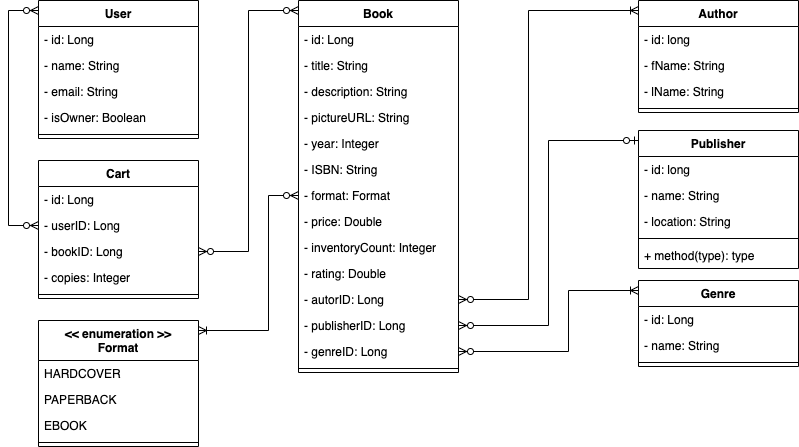
This is doc/DB/BookStore.png from MuneebNasir/Amazin-online-bookstore-OA, a draw.io export, as it was before one commit. Source tidied: cells renumbered, new cells last; positions are measured from the earlier drawing's top-left corner, leaving out a move shared by most shapes. Its diagram source:
```xml
<mxGraphModel>
  <root>
    <mxCell id="0" />
    <mxCell id="1" parent="0" />
    <mxCell id="2" value="Book" style="swimlane;fontStyle=1;align=center;verticalAlign=top;horizontal=1;startSize=26;" parent="1" vertex="1">
      <mxGeometry x="290" width="160" height="372" as="geometry" />
    </mxCell>
    <mxCell id="3" value="- id: Long" style="text;strokeColor=none;fillColor=none;align=left;verticalAlign=top;spacingLeft=4;spacingRight=4;overflow=hidden;" parent="2" vertex="1">
      <mxGeometry y="26" width="160" height="26" as="geometry" />
    </mxCell>
    <mxCell id="4" value="- title: String" style="text;strokeColor=none;fillColor=none;align=left;verticalAlign=top;spacingLeft=4;spacingRight=4;overflow=hidden;" parent="2" vertex="1">
      <mxGeometry y="52" width="160" height="26" as="geometry" />
    </mxCell>
    <mxCell id="5" value="- description: String" style="text;strokeColor=none;fillColor=none;align=left;verticalAlign=top;spacingLeft=4;spacingRight=4;overflow=hidden;" parent="2" vertex="1">
      <mxGeometry y="78" width="160" height="26" as="geometry" />
    </mxCell>
    <mxCell id="6" value="- pictureURL: String" style="text;strokeColor=none;fillColor=none;align=left;verticalAlign=top;spacingLeft=4;spacingRight=4;overflow=hidden;" parent="2" vertex="1">
      <mxGeometry y="104" width="160" height="26" as="geometry" />
    </mxCell>
    <mxCell id="7" value="- year: Integer" style="text;strokeColor=none;fillColor=none;align=left;verticalAlign=top;spacingLeft=4;spacingRight=4;overflow=hidden;" parent="2" vertex="1">
      <mxGeometry y="130" width="160" height="26" as="geometry" />
    </mxCell>
    <mxCell id="8" value="- ISBN: String" style="text;strokeColor=none;fillColor=none;align=left;verticalAlign=top;spacingLeft=4;spacingRight=4;overflow=hidden;" parent="2" vertex="1">
      <mxGeometry y="156" width="160" height="26" as="geometry" />
    </mxCell>
    <mxCell id="9" value="- format: Format" style="text;strokeColor=none;fillColor=none;align=left;verticalAlign=top;spacingLeft=4;spacingRight=4;overflow=hidden;points=[[0,0.5],[1,0.5]];portConstraint=eastwest;" parent="2" vertex="1">
      <mxGeometry y="182" width="160" height="26" as="geometry" />
    </mxCell>
    <mxCell id="10" value="- price: Double" style="text;strokeColor=none;fillColor=none;align=left;verticalAlign=top;spacingLeft=4;spacingRight=4;overflow=hidden;" parent="2" vertex="1">
      <mxGeometry y="208" width="160" height="26" as="geometry" />
    </mxCell>
    <mxCell id="11" value="- inventoryCount: Integer" style="text;strokeColor=none;fillColor=none;align=left;verticalAlign=top;spacingLeft=4;spacingRight=4;overflow=hidden;" parent="2" vertex="1">
      <mxGeometry y="234" width="160" height="26" as="geometry" />
    </mxCell>
    <mxCell id="12" value="- rating: Double" style="text;strokeColor=none;fillColor=none;align=left;verticalAlign=top;spacingLeft=4;spacingRight=4;overflow=hidden;" parent="2" vertex="1">
      <mxGeometry y="260" width="160" height="26" as="geometry" />
    </mxCell>
    <mxCell id="13" value="- autorID: Long" style="text;strokeColor=none;fillColor=none;align=left;verticalAlign=top;spacingLeft=4;spacingRight=4;overflow=hidden;points=[[0,0.5],[1,0.5]];portConstraint=eastwest;" parent="2" vertex="1">
      <mxGeometry y="286" width="160" height="26" as="geometry" />
    </mxCell>
    <mxCell id="14" value="- publisherID: Long" style="text;strokeColor=none;fillColor=none;align=left;verticalAlign=top;spacingLeft=4;spacingRight=4;overflow=hidden;points=[[0,0.5],[1,0.5]];portConstraint=eastwest;" parent="2" vertex="1">
      <mxGeometry y="312" width="160" height="26" as="geometry" />
    </mxCell>
    <mxCell id="15" value="- genreID: Long" style="text;strokeColor=none;fillColor=none;align=left;verticalAlign=top;spacingLeft=4;spacingRight=4;overflow=hidden;points=[[0,0.5],[1,0.5]];portConstraint=eastwest;" parent="2" vertex="1">
      <mxGeometry y="338" width="160" height="26" as="geometry" />
    </mxCell>
    <mxCell id="16" style="line;strokeWidth=1;fillColor=none;align=left;verticalAlign=middle;spacingTop=-1;spacingLeft=3;spacingRight=3;labelPosition=right;" parent="2" vertex="1">
      <mxGeometry y="364" width="160" height="8" as="geometry" />
    </mxCell>
    <mxCell id="17" value="Author" style="swimlane;fontStyle=1;align=center;verticalAlign=top;horizontal=1;startSize=26;" parent="1" vertex="1">
      <mxGeometry x="630" width="160" height="112" as="geometry" />
    </mxCell>
    <mxCell id="18" value="- id: long" style="text;strokeColor=none;fillColor=none;align=left;verticalAlign=top;spacingLeft=4;spacingRight=4;overflow=hidden;" parent="17" vertex="1">
      <mxGeometry y="26" width="160" height="26" as="geometry" />
    </mxCell>
    <mxCell id="19" value="- fName: String" style="text;strokeColor=none;fillColor=none;align=left;verticalAlign=top;spacingLeft=4;spacingRight=4;overflow=hidden;" parent="17" vertex="1">
      <mxGeometry y="52" width="160" height="26" as="geometry" />
    </mxCell>
    <mxCell id="20" value="- lName: String" style="text;strokeColor=none;fillColor=none;align=left;verticalAlign=top;spacingLeft=4;spacingRight=4;overflow=hidden;" parent="17" vertex="1">
      <mxGeometry y="78" width="160" height="26" as="geometry" />
    </mxCell>
    <mxCell id="21" style="line;strokeWidth=1;fillColor=none;align=left;verticalAlign=middle;spacingTop=-1;spacingLeft=3;spacingRight=3;labelPosition=right;" parent="17" vertex="1">
      <mxGeometry y="104" width="160" height="8" as="geometry" />
    </mxCell>
    <mxCell id="22" value="Publisher" style="swimlane;fontStyle=1;align=center;verticalAlign=top;horizontal=1;startSize=26;" parent="1" vertex="1">
      <mxGeometry x="630" y="130" width="160" height="138" as="geometry" />
    </mxCell>
    <mxCell id="23" value="- id: long" style="text;strokeColor=none;fillColor=none;align=left;verticalAlign=top;spacingLeft=4;spacingRight=4;overflow=hidden;" parent="22" vertex="1">
      <mxGeometry y="26" width="160" height="26" as="geometry" />
    </mxCell>
    <mxCell id="24" value="- name: String" style="text;strokeColor=none;fillColor=none;align=left;verticalAlign=top;spacingLeft=4;spacingRight=4;overflow=hidden;" parent="22" vertex="1">
      <mxGeometry y="52" width="160" height="26" as="geometry" />
    </mxCell>
    <mxCell id="25" value="- location: String" style="text;strokeColor=none;fillColor=none;align=left;verticalAlign=top;spacingLeft=4;spacingRight=4;overflow=hidden;" parent="22" vertex="1">
      <mxGeometry y="78" width="160" height="26" as="geometry" />
    </mxCell>
    <mxCell id="26" style="line;strokeWidth=1;fillColor=none;align=left;verticalAlign=middle;spacingTop=-1;spacingLeft=3;spacingRight=3;labelPosition=right;" parent="22" vertex="1">
      <mxGeometry y="104" width="160" height="8" as="geometry" />
    </mxCell>
    <mxCell id="27" value="+ method(type): type" style="text;strokeColor=none;fillColor=none;align=left;verticalAlign=top;spacingLeft=4;spacingRight=4;overflow=hidden;" parent="22" vertex="1">
      <mxGeometry y="112" width="160" height="26" as="geometry" />
    </mxCell>
    <mxCell id="28" value="Genre" style="swimlane;fontStyle=1;align=center;verticalAlign=top;horizontal=1;startSize=26;" parent="1" vertex="1">
      <mxGeometry x="630" y="280" width="160" height="86" as="geometry" />
    </mxCell>
    <mxCell id="29" value="- id: Long" style="text;strokeColor=none;fillColor=none;align=left;verticalAlign=top;spacingLeft=4;spacingRight=4;overflow=hidden;" parent="28" vertex="1">
      <mxGeometry y="26" width="160" height="26" as="geometry" />
    </mxCell>
    <mxCell id="30" value="- name: String" style="text;strokeColor=none;fillColor=none;align=left;verticalAlign=top;spacingLeft=4;spacingRight=4;overflow=hidden;" parent="28" vertex="1">
      <mxGeometry y="52" width="160" height="26" as="geometry" />
    </mxCell>
    <mxCell id="31" style="line;strokeWidth=1;fillColor=none;align=left;verticalAlign=middle;spacingTop=-1;spacingLeft=3;spacingRight=3;labelPosition=right;" parent="28" vertex="1">
      <mxGeometry y="78" width="160" height="8" as="geometry" />
    </mxCell>
    <mxCell id="32" style="edgeStyle=orthogonalEdgeStyle;rounded=0;jettySize=auto;html=1;exitX=1;exitY=0.5;exitDx=0;exitDy=0;startArrow=ERzeroToMany;startFill=1;endArrow=ERzeroToOne;endFill=1;" parent="1" edge="1" source="14" target="22">
      <mxGeometry relative="1" as="geometry">
        <Array as="points">
          <mxPoint x="540" y="325" />
          <mxPoint x="540" y="140" />
        </Array>
      </mxGeometry>
    </mxCell>
    <mxCell id="33" style="edgeStyle=orthogonalEdgeStyle;rounded=0;jettySize=auto;html=1;exitX=1;exitY=0.5;exitDx=0;exitDy=0;startArrow=ERzeroToMany;startFill=1;endArrow=ERoneToMany;endFill=0;" parent="1" edge="1" source="13" target="17">
      <mxGeometry relative="1" as="geometry">
        <Array as="points">
          <mxPoint x="520" y="299" />
          <mxPoint x="520" y="10" />
        </Array>
      </mxGeometry>
    </mxCell>
    <mxCell id="34" style="edgeStyle=orthogonalEdgeStyle;rounded=0;jettySize=auto;html=1;exitX=1;exitY=0.5;exitDx=0;exitDy=0;startArrow=ERzeroToMany;startFill=1;endArrow=ERoneToMany;endFill=0;" parent="1" edge="1" source="15" target="28">
      <mxGeometry relative="1" as="geometry">
        <Array as="points">
          <mxPoint x="560" y="351" />
          <mxPoint x="560" y="290" />
        </Array>
      </mxGeometry>
    </mxCell>
    <mxCell id="35" value="User" style="swimlane;fontStyle=1;align=center;verticalAlign=top;horizontal=1;startSize=26;" parent="1" vertex="1">
      <mxGeometry x="30" width="160" height="138" as="geometry" />
    </mxCell>
    <mxCell id="36" value="- id: Long" style="text;strokeColor=none;fillColor=none;align=left;verticalAlign=top;spacingLeft=4;spacingRight=4;overflow=hidden;" parent="35" vertex="1">
      <mxGeometry y="26" width="160" height="26" as="geometry" />
    </mxCell>
    <mxCell id="37" value="- name: String" style="text;strokeColor=none;fillColor=none;align=left;verticalAlign=top;spacingLeft=4;spacingRight=4;overflow=hidden;" parent="35" vertex="1">
      <mxGeometry y="52" width="160" height="26" as="geometry" />
    </mxCell>
    <mxCell id="38" value="- email: String" style="text;strokeColor=none;fillColor=none;align=left;verticalAlign=top;spacingLeft=4;spacingRight=4;overflow=hidden;" parent="35" vertex="1">
      <mxGeometry y="78" width="160" height="26" as="geometry" />
    </mxCell>
    <mxCell id="39" value="- isOwner: Boolean" style="text;strokeColor=none;fillColor=none;align=left;verticalAlign=top;spacingLeft=4;spacingRight=4;overflow=hidden;" parent="35" vertex="1">
      <mxGeometry y="104" width="160" height="26" as="geometry" />
    </mxCell>
    <mxCell id="40" style="line;strokeWidth=1;fillColor=none;align=left;verticalAlign=middle;spacingTop=-1;spacingLeft=3;spacingRight=3;labelPosition=right;" parent="35" vertex="1">
      <mxGeometry y="130" width="160" height="8" as="geometry" />
    </mxCell>
    <mxCell id="41" value="Cart" style="swimlane;fontStyle=1;align=center;verticalAlign=top;horizontal=1;startSize=26;" parent="1" vertex="1">
      <mxGeometry x="30" y="160" width="160" height="138" as="geometry" />
    </mxCell>
    <mxCell id="42" value="- id: Long" style="text;strokeColor=none;fillColor=none;align=left;verticalAlign=top;spacingLeft=4;spacingRight=4;overflow=hidden;" parent="41" vertex="1">
      <mxGeometry y="26" width="160" height="26" as="geometry" />
    </mxCell>
    <mxCell id="43" value="- userID: Long" style="text;strokeColor=none;fillColor=none;align=left;verticalAlign=top;spacingLeft=4;spacingRight=4;overflow=hidden;points=[[0,0.5],[1,0.5]];portConstraint=eastwest;" parent="41" vertex="1">
      <mxGeometry y="52" width="160" height="26" as="geometry" />
    </mxCell>
    <mxCell id="44" value="- bookID: Long" style="text;strokeColor=none;fillColor=none;align=left;verticalAlign=top;spacingLeft=4;spacingRight=4;overflow=hidden;points=[[0,0.5],[1,0.5]];portConstraint=eastwest;" parent="41" vertex="1">
      <mxGeometry y="78" width="160" height="26" as="geometry" />
    </mxCell>
    <mxCell id="45" value="- copies: Integer" style="text;strokeColor=none;fillColor=none;align=left;verticalAlign=top;spacingLeft=4;spacingRight=4;overflow=hidden;" parent="41" vertex="1">
      <mxGeometry y="104" width="160" height="26" as="geometry" />
    </mxCell>
    <mxCell id="46" style="line;strokeWidth=1;fillColor=none;align=left;verticalAlign=middle;spacingTop=-1;spacingLeft=3;spacingRight=3;labelPosition=right;" parent="41" vertex="1">
      <mxGeometry y="130" width="160" height="8" as="geometry" />
    </mxCell>
    <mxCell id="47" style="edgeStyle=orthogonalEdgeStyle;rounded=0;jettySize=auto;html=1;exitX=1;exitY=0.5;exitDx=0;exitDy=0;startArrow=ERzeroToMany;startFill=1;endArrow=ERzeroToMany;endFill=1;" parent="1" edge="1" source="44" target="2">
      <mxGeometry relative="1" as="geometry">
        <Array as="points">
          <mxPoint x="240" y="251" />
          <mxPoint x="240" y="10" />
        </Array>
      </mxGeometry>
    </mxCell>
    <mxCell id="48" style="edgeStyle=orthogonalEdgeStyle;rounded=0;jettySize=auto;html=1;exitX=0;exitY=0.5;exitDx=0;exitDy=0;startArrow=ERzeroToMany;startFill=1;endArrow=ERzeroToMany;endFill=1;" parent="1" edge="1" source="43" target="35">
      <mxGeometry relative="1" as="geometry">
        <Array as="points">
          <mxPoint y="225" />
          <mxPoint y="10" />
        </Array>
      </mxGeometry>
    </mxCell>
    <mxCell id="49" value="&lt;&lt; enumeration &gt;&gt;&#10;Format" style="swimlane;fontStyle=1;align=center;verticalAlign=top;horizontal=1;startSize=40;" parent="1" vertex="1">
      <mxGeometry x="30" y="320" width="160" height="126" as="geometry" />
    </mxCell>
    <mxCell id="50" value="HARDCOVER" style="text;strokeColor=none;fillColor=none;align=left;verticalAlign=top;spacingLeft=4;spacingRight=4;overflow=hidden;" parent="49" vertex="1">
      <mxGeometry y="40" width="160" height="26" as="geometry" />
    </mxCell>
    <mxCell id="51" value="PAPERBACK" style="text;strokeColor=none;fillColor=none;align=left;verticalAlign=top;spacingLeft=4;spacingRight=4;overflow=hidden;" parent="49" vertex="1">
      <mxGeometry y="66" width="160" height="26" as="geometry" />
    </mxCell>
    <mxCell id="52" value="EBOOK" style="text;strokeColor=none;fillColor=none;align=left;verticalAlign=top;spacingLeft=4;spacingRight=4;overflow=hidden;" parent="49" vertex="1">
      <mxGeometry y="92" width="160" height="26" as="geometry" />
    </mxCell>
    <mxCell id="53" style="line;strokeWidth=1;fillColor=none;align=left;verticalAlign=middle;spacingTop=-1;spacingLeft=3;spacingRight=3;labelPosition=right;" parent="49" vertex="1">
      <mxGeometry y="118" width="160" height="8" as="geometry" />
    </mxCell>
    <mxCell id="54" style="edgeStyle=orthogonalEdgeStyle;rounded=0;jettySize=auto;html=1;exitX=0;exitY=0.5;exitDx=0;exitDy=0;startArrow=ERzeroToMany;startFill=1;endArrow=ERoneToMany;endFill=0;" parent="1" edge="1" source="9" target="49">
      <mxGeometry relative="1" as="geometry">
        <Array as="points">
          <mxPoint x="260" y="195" />
          <mxPoint x="260" y="330" />
        </Array>
      </mxGeometry>
    </mxCell>
  </root>
</mxGraphModel>
```
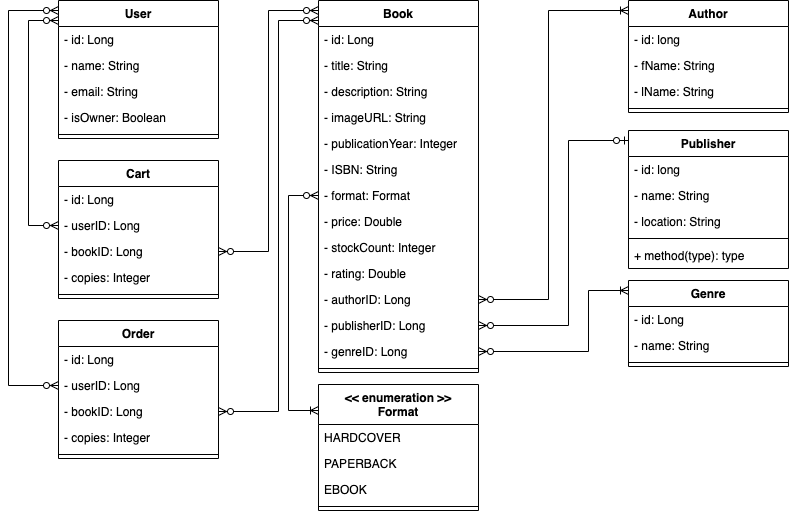
After the change.

Commit message:
Updated diagram: order entity added

The edit, as a diff of the source:
```diff
@@ -14,10 +14,10 @@
     <mxCell id="5" value="- description: String" style="text;strokeColor=none;fillColor=none;align=left;verticalAlign=top;spacingLeft=4;spacingRight=4;overflow=hidden;" parent="2" vertex="1">
       <mxGeometry y="78" width="160" height="26" as="geometry" />
     </mxCell>
-    <mxCell id="6" value="- pictureURL: String" style="text;strokeColor=none;fillColor=none;align=left;verticalAlign=top;spacingLeft=4;spacingRight=4;overflow=hidden;" parent="2" vertex="1">
+    <mxCell id="6" value="- imageURL: String" style="text;strokeColor=none;fillColor=none;align=left;verticalAlign=top;spacingLeft=4;spacingRight=4;overflow=hidden;" parent="2" vertex="1">
       <mxGeometry y="104" width="160" height="26" as="geometry" />
     </mxCell>
-    <mxCell id="7" value="- year: Integer" style="text;strokeColor=none;fillColor=none;align=left;verticalAlign=top;spacingLeft=4;spacingRight=4;overflow=hidden;" parent="2" vertex="1">
+    <mxCell id="7" value="- publicationYear: Integer" style="text;strokeColor=none;fillColor=none;align=left;verticalAlign=top;spacingLeft=4;spacingRight=4;overflow=hidden;" parent="2" vertex="1">
       <mxGeometry y="130" width="160" height="26" as="geometry" />
     </mxCell>
     <mxCell id="8" value="- ISBN: String" style="text;strokeColor=none;fillColor=none;align=left;verticalAlign=top;spacingLeft=4;spacingRight=4;overflow=hidden;" parent="2" vertex="1">
@@ -29,13 +29,13 @@
     <mxCell id="10" value="- price: Double" style="text;strokeColor=none;fillColor=none;align=left;verticalAlign=top;spacingLeft=4;spacingRight=4;overflow=hidden;" parent="2" vertex="1">
       <mxGeometry y="208" width="160" height="26" as="geometry" />
     </mxCell>
-    <mxCell id="11" value="- inventoryCount: Integer" style="text;strokeColor=none;fillColor=none;align=left;verticalAlign=top;spacingLeft=4;spacingRight=4;overflow=hidden;" parent="2" vertex="1">
+    <mxCell id="11" value="- stockCount: Integer" style="text;strokeColor=none;fillColor=none;align=left;verticalAlign=top;spacingLeft=4;spacingRight=4;overflow=hidden;" parent="2" vertex="1">
       <mxGeometry y="234" width="160" height="26" as="geometry" />
     </mxCell>
     <mxCell id="12" value="- rating: Double" style="text;strokeColor=none;fillColor=none;align=left;verticalAlign=top;spacingLeft=4;spacingRight=4;overflow=hidden;" parent="2" vertex="1">
       <mxGeometry y="260" width="160" height="26" as="geometry" />
     </mxCell>
-    <mxCell id="13" value="- autorID: Long" style="text;strokeColor=none;fillColor=none;align=left;verticalAlign=top;spacingLeft=4;spacingRight=4;overflow=hidden;points=[[0,0.5],[1,0.5]];portConstraint=eastwest;" parent="2" vertex="1">
+    <mxCell id="13" value="- authorID: Long" style="text;strokeColor=none;fillColor=none;align=left;verticalAlign=top;spacingLeft=4;spacingRight=4;overflow=hidden;points=[[0,0.5],[1,0.5]];portConstraint=eastwest;" parent="2" vertex="1">
       <mxGeometry y="286" width="160" height="26" as="geometry" />
     </mxCell>
     <mxCell id="14" value="- publisherID: Long" style="text;strokeColor=none;fillColor=none;align=left;verticalAlign=top;spacingLeft=4;spacingRight=4;overflow=hidden;points=[[0,0.5],[1,0.5]];portConstraint=eastwest;" parent="2" vertex="1">
@@ -48,7 +48,7 @@
       <mxGeometry y="364" width="160" height="8" as="geometry" />
     </mxCell>
     <mxCell id="17" value="Author" style="swimlane;fontStyle=1;align=center;verticalAlign=top;horizontal=1;startSize=26;" parent="1" vertex="1">
-      <mxGeometry x="630" width="160" height="112" as="geometry" />
+      <mxGeometry x="600" width="160" height="112" as="geometry" />
     </mxCell>
     <mxCell id="18" value="- id: long" style="text;strokeColor=none;fillColor=none;align=left;verticalAlign=top;spacingLeft=4;spacingRight=4;overflow=hidden;" parent="17" vertex="1">
       <mxGeometry y="26" width="160" height="26" as="geometry" />
@@ -63,7 +63,7 @@
       <mxGeometry y="104" width="160" height="8" as="geometry" />
     </mxCell>
     <mxCell id="22" value="Publisher" style="swimlane;fontStyle=1;align=center;verticalAlign=top;horizontal=1;startSize=26;" parent="1" vertex="1">
-      <mxGeometry x="630" y="130" width="160" height="138" as="geometry" />
+      <mxGeometry x="600" y="130" width="160" height="138" as="geometry" />
     </mxCell>
     <mxCell id="23" value="- id: long" style="text;strokeColor=none;fillColor=none;align=left;verticalAlign=top;spacingLeft=4;spacingRight=4;overflow=hidden;" parent="22" vertex="1">
       <mxGeometry y="26" width="160" height="26" as="geometry" />
@@ -81,7 +81,7 @@
       <mxGeometry y="112" width="160" height="26" as="geometry" />
     </mxCell>
     <mxCell id="28" value="Genre" style="swimlane;fontStyle=1;align=center;verticalAlign=top;horizontal=1;startSize=26;" parent="1" vertex="1">
-      <mxGeometry x="630" y="280" width="160" height="86" as="geometry" />
+      <mxGeometry x="600" y="280" width="160" height="86" as="geometry" />
     </mxCell>
     <mxCell id="29" value="- id: Long" style="text;strokeColor=none;fillColor=none;align=left;verticalAlign=top;spacingLeft=4;spacingRight=4;overflow=hidden;" parent="28" vertex="1">
       <mxGeometry y="26" width="160" height="26" as="geometry" />
@@ -164,12 +164,12 @@
       <mxGeometry relative="1" as="geometry">
         <Array as="points">
           <mxPoint y="225" />
-          <mxPoint y="10" />
+          <mxPoint y="20" />
         </Array>
       </mxGeometry>
     </mxCell>
     <mxCell id="49" value="&lt;&lt; enumeration &gt;&gt;&#10;Format" style="swimlane;fontStyle=1;align=center;verticalAlign=top;horizontal=1;startSize=40;" parent="1" vertex="1">
-      <mxGeometry x="30" y="320" width="160" height="126" as="geometry" />
+      <mxGeometry x="290" y="384" width="160" height="126" as="geometry" />
     </mxCell>
     <mxCell id="50" value="HARDCOVER" style="text;strokeColor=none;fillColor=none;align=left;verticalAlign=top;spacingLeft=4;spacingRight=4;overflow=hidden;" parent="49" vertex="1">
       <mxGeometry y="40" width="160" height="26" as="geometry" />
@@ -187,9 +187,43 @@
       <mxGeometry relative="1" as="geometry">
         <Array as="points">
           <mxPoint x="260" y="195" />
-          <mxPoint x="260" y="330" />
+          <mxPoint x="260" y="410" />
         </Array>
       </mxGeometry>
     </mxCell>
+    <mxCell id="55" value="Order" style="swimlane;fontStyle=1;align=center;verticalAlign=top;horizontal=1;startSize=26;" parent="1" vertex="1">
+      <mxGeometry x="30" y="320" width="160" height="138" as="geometry" />
+    </mxCell>
+    <mxCell id="56" value="- id: Long" style="text;strokeColor=none;fillColor=none;align=left;verticalAlign=top;spacingLeft=4;spacingRight=4;overflow=hidden;" parent="55" vertex="1">
+      <mxGeometry y="26" width="160" height="26" as="geometry" />
+    </mxCell>
+    <mxCell id="57" value="- userID: Long" style="text;strokeColor=none;fillColor=none;align=left;verticalAlign=top;spacingLeft=4;spacingRight=4;overflow=hidden;points=[[0,0.5],[1,0.5]];portConstraint=eastwest;" parent="55" vertex="1">
+      <mxGeometry y="52" width="160" height="26" as="geometry" />
+    </mxCell>
+    <mxCell id="58" value="- bookID: Long" style="text;strokeColor=none;fillColor=none;align=left;verticalAlign=top;spacingLeft=4;spacingRight=4;overflow=hidden;points=[[0,0.5],[1,0.5]];portConstraint=eastwest;" parent="55" vertex="1">
+      <mxGeometry y="78" width="160" height="26" as="geometry" />
+    </mxCell>
+    <mxCell id="59" value="- copies: Integer" style="text;strokeColor=none;fillColor=none;align=left;verticalAlign=top;spacingLeft=4;spacingRight=4;overflow=hidden;" parent="55" vertex="1">
+      <mxGeometry y="104" width="160" height="26" as="geometry" />
+    </mxCell>
+    <mxCell id="60" style="line;strokeWidth=1;fillColor=none;align=left;verticalAlign=middle;spacingTop=-1;spacingLeft=3;spacingRight=3;labelPosition=right;" parent="55" vertex="1">
+      <mxGeometry y="130" width="160" height="8" as="geometry" />
+    </mxCell>
+    <mxCell id="61" style="edgeStyle=orthogonalEdgeStyle;rounded=0;jettySize=auto;html=1;exitX=0;exitY=0.5;exitDx=0;exitDy=0;startArrow=ERzeroToMany;startFill=1;endArrow=ERzeroToMany;endFill=1;" parent="1" edge="1" source="57" target="35">
+      <mxGeometry relative="1" as="geometry">
+        <Array as="points">
+          <mxPoint x="-20" y="385" />
+          <mxPoint x="-20" y="10" />
+        </Array>
+      </mxGeometry>
+    </mxCell>
+    <mxCell id="62" style="edgeStyle=orthogonalEdgeStyle;rounded=0;jettySize=auto;html=1;exitX=1;exitY=0.5;exitDx=0;exitDy=0;startArrow=ERzeroToMany;startFill=1;endArrow=ERzeroToMany;endFill=1;" parent="1" edge="1" source="58" target="2">
+      <mxGeometry relative="1" as="geometry">
+        <Array as="points">
+          <mxPoint x="250" y="411" />
+          <mxPoint x="250" y="20" />
+        </Array>
+      </mxGeometry>
+    </mxCell>
   </root>
 </mxGraphModel>
```
